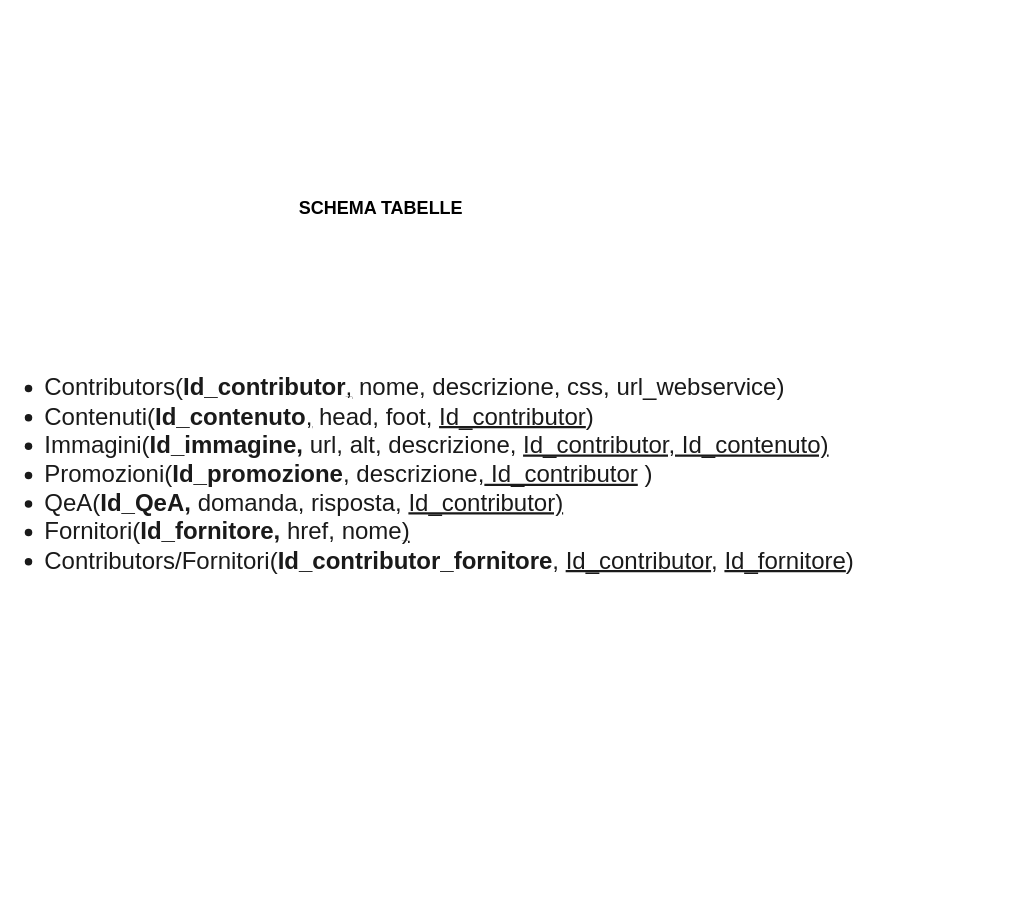
Earlier version of the draw.io diagram SCHEMA TAB NAMASTE.drawio (giadaventurini-pixel/giadaventurini-5binf). Source tidied: cells renumbered, new cells numbered last; positions are measured from the earlier drawing's top-left corner, leaving out a move shared by most shapes. Both pictures are drawn from the tidied source at 75%, with x=0, y=0 at pixel (13, 13).
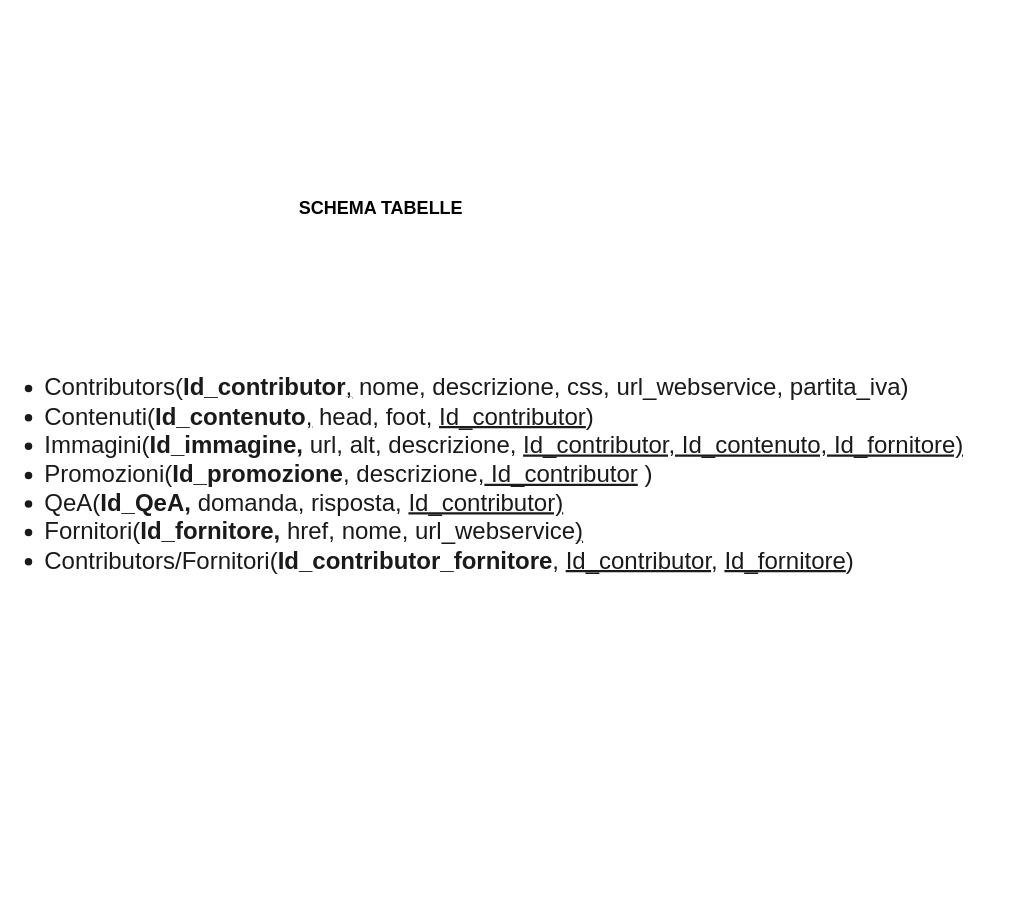
After the change.

What changed in the source:
```diff
@@
 <mxGraphModel>
   <root>
     <mxCell id="0" />
     <mxCell id="1" parent="0" />
-    <mxCell id="2" value="&lt;div&gt;&lt;br&gt;&lt;/div&gt;&lt;ul style=&quot;font-size: 32px&quot;&gt;&lt;li style=&quot;font-size: 32px&quot;&gt;Contributors(&lt;b&gt;Id_contributor&lt;/b&gt;&lt;u&gt;,&lt;/u&gt;&amp;nbsp;nome, descrizione, css, url_webservice)&lt;/li&gt;&lt;li&gt;Contenuti(&lt;b&gt;Id_contenuto&lt;/b&gt;&lt;u&gt;,&lt;/u&gt;&amp;nbsp;head, foot,&amp;nbsp;&lt;u&gt;Id_contributor&lt;/u&gt;)&lt;/li&gt;&lt;li style=&quot;font-size: 32px&quot;&gt;Immagini(&lt;b&gt;Id_immagine, &lt;/b&gt;url, alt, descrizione,&amp;nbsp;&lt;u&gt;Id_contributor, Id_contenuto)&lt;/u&gt;&lt;/li&gt;&lt;li style=&quot;font-size: 32px&quot;&gt;Promozioni(&lt;b&gt;Id_promozione&lt;/b&gt;&lt;u&gt;,&lt;/u&gt;&amp;nbsp;descrizione,&lt;u&gt;&amp;nbsp;Id_contributor&lt;/u&gt; )&lt;/li&gt;&lt;li style=&quot;font-size: 32px&quot;&gt;QeA(&lt;b&gt;Id_QeA,&lt;/b&gt;&amp;nbsp;domanda, risposta,&amp;nbsp;&lt;u&gt;Id_contributor)&lt;/u&gt;&lt;/li&gt;&lt;li style=&quot;font-size: 32px&quot;&gt;Fornitori(&lt;b&gt;Id_fornitore, &lt;/b&gt;href, nome&lt;u&gt;)&lt;/u&gt;&lt;/li&gt;&lt;li style=&quot;font-size: 32px&quot;&gt;Contributors/Fornitori(&lt;b&gt;Id_contributor_fornitore&lt;/b&gt;, &lt;u&gt;Id_contributor&lt;/u&gt;, &lt;u&gt;Id_fornitore&lt;/u&gt;)&lt;/li&gt;&lt;/ul&gt;" style="text;strokeColor=none;fillColor=none;html=1;whiteSpace=wrap;verticalAlign=middle;overflow=hidden;rounded=0;sketch=0;fontColor=#1A1A1A;fontSize=32;" parent="1" vertex="1">
+    <mxCell id="2" value="&lt;div&gt;&lt;br&gt;&lt;/div&gt;&lt;ul style=&quot;font-size: 32px&quot;&gt;&lt;li style=&quot;font-size: 32px&quot;&gt;Contributors(&lt;b&gt;Id_contributor&lt;/b&gt;&lt;u&gt;,&lt;/u&gt;&amp;nbsp;nome, descrizione, css, url_webservice, partita_iva)&lt;/li&gt;&lt;li&gt;Contenuti(&lt;b&gt;Id_contenuto&lt;/b&gt;&lt;u&gt;,&lt;/u&gt;&amp;nbsp;head, foot,&amp;nbsp;&lt;u&gt;Id_contributor&lt;/u&gt;)&lt;/li&gt;&lt;li style=&quot;font-size: 32px&quot;&gt;Immagini(&lt;b&gt;Id_immagine, &lt;/b&gt;url, alt, descrizione,&amp;nbsp;&lt;u&gt;Id_contributor, Id_contenuto, Id_fornitore)&lt;/u&gt;&lt;/li&gt;&lt;li style=&quot;font-size: 32px&quot;&gt;Promozioni(&lt;b&gt;Id_promozione&lt;/b&gt;&lt;u&gt;,&lt;/u&gt;&amp;nbsp;descrizione,&lt;u&gt;&amp;nbsp;Id_contributor&lt;/u&gt; )&lt;/li&gt;&lt;li style=&quot;font-size: 32px&quot;&gt;QeA(&lt;b&gt;Id_QeA,&lt;/b&gt;&amp;nbsp;domanda, risposta,&amp;nbsp;&lt;u&gt;Id_contributor)&lt;/u&gt;&lt;/li&gt;&lt;li style=&quot;font-size: 32px&quot;&gt;Fornitori(&lt;b&gt;Id_fornitore, &lt;/b&gt;href, nome, url_webservice&lt;u&gt;)&lt;/u&gt;&lt;/li&gt;&lt;li style=&quot;font-size: 32px&quot;&gt;Contributors/Fornitori(&lt;b&gt;Id_contributor_fornitore&lt;/b&gt;, &lt;u&gt;Id_contributor&lt;/u&gt;, &lt;u&gt;Id_fornitore&lt;/u&gt;)&lt;/li&gt;&lt;/ul&gt;" style="text;strokeColor=none;fillColor=none;html=1;whiteSpace=wrap;verticalAlign=middle;overflow=hidden;rounded=0;sketch=0;fontColor=#1A1A1A;fontSize=32;" parent="1" vertex="1">
       <mxGeometry width="1320" height="1190" as="geometry" />
     </mxCell>
     <mxCell id="3" value="SCHEMA TABELLE" style="text;strokeColor=none;fillColor=none;html=1;fontSize=24;fontStyle=1;verticalAlign=middle;align=center;rounded=0;sketch=0;" parent="1" vertex="1">
       <mxGeometry x="440" y="240" width="100" height="40" as="geometry" />
     </mxCell>
   </root>
 </mxGraphModel>
```
